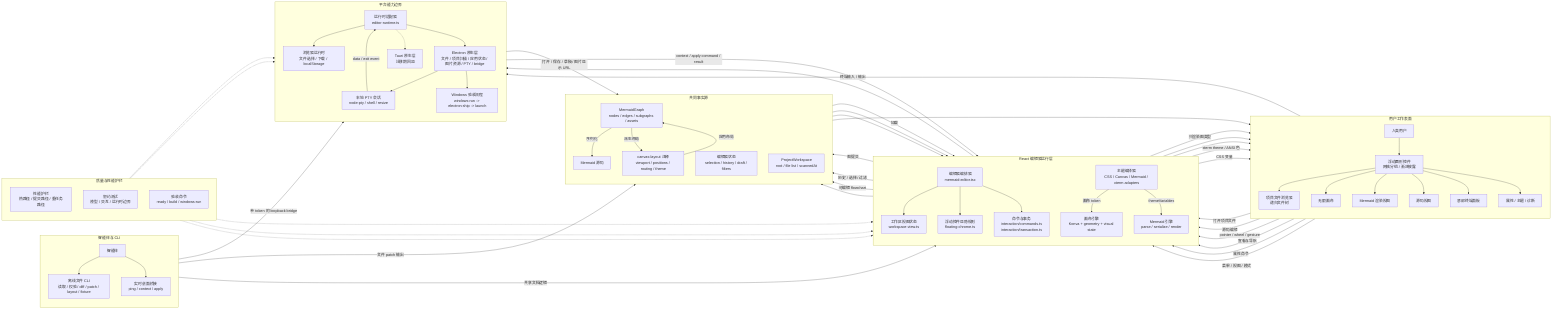
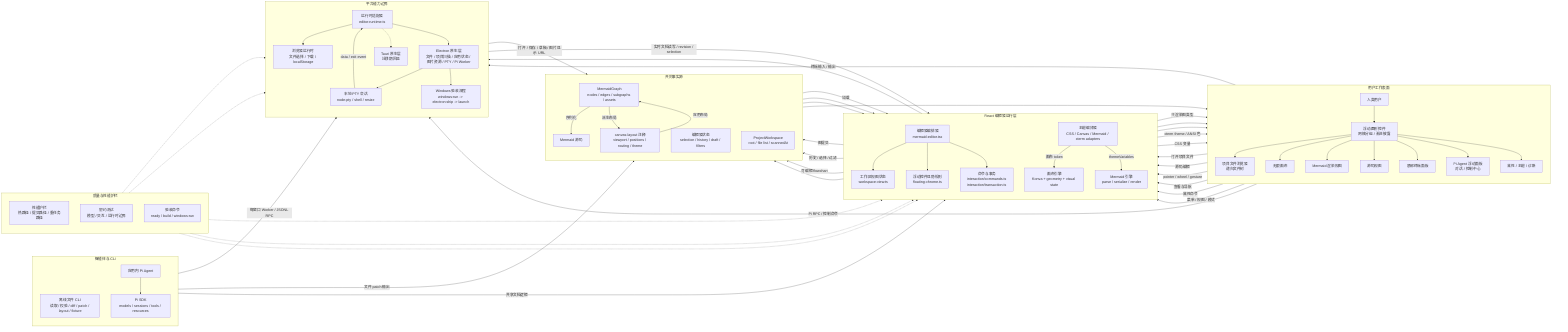
%% Mermaid 画布编辑器系统总览
%% 这是顶层紧凑地图；专题细节放在同目录下的其他中文文档。
flowchart LR
  subgraph UserSurfaces[用户工作表面]
    direction TB
    Human["人类用户"]
    FloatingChrome["浮动圆形控件<br/>网格分组 / 渐进披露"]
    ProjectBrowser["项目文件浏览器<br/>递归文件树"]
    CanvasView["无限画布"]
    RenderView["Mermaid 渲染视图"]
    SourceView["源码视图"]
    TerminalView["底部终端面板"]
+     AgentView["Pi Agent 浮动面板<br/>对话 / 控制中心"]
    Inspector["属性 / 主题 / 诊断"]
  end

  subgraph EditorRuntime[React 编辑器运行层]
    direction TB
    Orchestrator["编辑器编排器<br/>mermaid-editor.tsx"]
    WorkspaceView["工作区视图状态<br/>workspace-view.ts"]
    FloatingRules["浮动控件显隐规则<br/>floating-chrome.ts"]
    CommandTx["命令与事务<br/>interaction/commands.ts<br/>interaction/transaction.ts"]
    CanvasEngine["画布引擎<br/>Konva + geometry + visual state"]
    MermaidEngine["Mermaid 引擎<br/>parse / serialize / render"]
    ThemeCompiler["主题编译器<br/>CSS / Canvas / Mermaid / xterm adapters"]
  end

  subgraph Truth[共同事实源]
    direction TB
    MermaidSource["Mermaid 源码"]
    LayoutComment["canvas-layout 注释<br/>viewport / positions / routing / theme"]
    GraphModel["MermaidGraph<br/>nodes / edges / subgraphs / assets"]
    EditorState["编辑器状态<br/>selection / history / draft / filters"]
    ProjectWorkspace["ProjectWorkspace<br/>root / file list / scannedAt"]
  end

  subgraph PlatformBoundary[平台能力边界]
    direction TB
    RuntimeAdapter["运行时适配器<br/>editor-runtime.ts"]
    BrowserRuntime["浏览器运行时<br/>文件选择 / 下载 / localStorage"]
-     ElectronNative["Electron 原生层<br/>文件 / 项目扫描 / 应用状态 / 图片资源 / PTY / bridge"]
+     ElectronNative["Electron 原生层<br/>文件 / 项目扫描 / 应用状态 / 图片资源 / PTY / Pi Worker"]
    TauriNative["Tauri 原生层<br/>迁移期回退"]
    PtySession["本地 PTY 会话<br/>node-pty / shell / resize"]
    WindowsFlow["Windows 验收流程<br/>windows:run -> electron:ship -> launch"]
  end

  subgraph AiCli[智能体与 CLI]
    direction TB
    OfflineCli["离线文件 CLI<br/>读取 / 校验 / diff / patch / layout / fixture"]
-     LiveBridge["实时桌面桥接<br/>ping / context / apply"]
-     Agent["智能体"]
+     PiRuntime["Pi SDK<br/>models / sessions / tools / resources"]
+     Agent["应用内 Pi Agent"]
  end

  subgraph QualityRails[质量与性能护栏]
    direction TB
    Performance["性能护栏<br/>热路径 / 提交路径 / 重任务路径"]
    Contracts["契约测试<br/>模型 / 交互 / 运行时边界"]
    ReleaseChecks["验收命令<br/>ready / build / windows:run"]
  end

  Human --> FloatingChrome
  FloatingChrome --> ProjectBrowser
  FloatingChrome --> CanvasView
  FloatingChrome --> RenderView
  FloatingChrome --> SourceView
  FloatingChrome --> TerminalView
+   FloatingChrome --> AgentView
  FloatingChrome --> Inspector

  ProjectBrowser -->|打开项目文件| Orchestrator
  SourceView -->|源码编辑| Orchestrator
  CanvasView -->|pointer / wheel / gesture| CanvasEngine
  RenderView -->|查看与导航| Orchestrator
  TerminalView -->|终端输入 / 输出| RuntimeAdapter
+   AgentView -->|Pi RPC / 控制命令| RuntimeAdapter
  Inspector -->|属性命令| Orchestrator
  FloatingChrome -->|菜单 / 视图 / 模式| Orchestrator

  Orchestrator --> WorkspaceView
  Orchestrator --> FloatingRules
  Orchestrator --> CommandTx
  CommandTx -->|图提交| GraphModel
  CommandTx -->|历史 / 选择 / 过滤| EditorState

  MermaidSource -->|加载| MermaidEngine
  MermaidEngine -->|可编辑 flowchart| GraphModel
  MermaidEngine -->|只渲染图类型| RenderView
  GraphModel -->|序列化| MermaidSource
  LayoutComment -->|应用布局| GraphModel
  GraphModel -->|派生布局| LayoutComment

  GraphModel --> CanvasEngine
  CanvasEngine --> CanvasView
  MermaidSource --> MermaidEngine
  MermaidEngine --> RenderView
  MermaidSource --> SourceView
  ThemeCompiler -->|CSS 变量| UserSurfaces
  ThemeCompiler -->|画布 token| CanvasEngine
  ThemeCompiler -->|themeVariables| MermaidEngine
  ThemeCompiler -->|xterm theme / ANSI 色| TerminalView

  Orchestrator --> RuntimeAdapter
  Orchestrator --> ProjectWorkspace
  RuntimeAdapter --> BrowserRuntime
  RuntimeAdapter --> ElectronNative
  ElectronNative --> PtySession
  RuntimeAdapter -.-> TauriNative
  PtySession -->|data / exit event| RuntimeAdapter
  ElectronNative --> WindowsFlow
  RuntimeAdapter -->|打开 / 保存 / 草稿 / 图片显示 URL| Truth

  OfflineCli -->|共享文档逻辑| MermaidEngine
  OfflineCli -->|文件 patch 输出| MermaidSource
-   Agent --> OfflineCli
-   Agent --> LiveBridge
-   LiveBridge -->|带 token 的 loopback bridge| ElectronNative
-   ElectronNative -->|context / apply command / result| Orchestrator
+   Agent --> PiRuntime
+   PiRuntime -->|每窗口 Worker / JSONL RPC| ElectronNative
+   ElectronNative -->|实时文档读写 / revision / selection| Orchestrator

  Performance -.-> CanvasEngine
  Performance -.-> CommandTx
  Contracts -.-> MermaidEngine
  Contracts -.-> RuntimeAdapter
  ReleaseChecks -.-> PlatformBoundary
